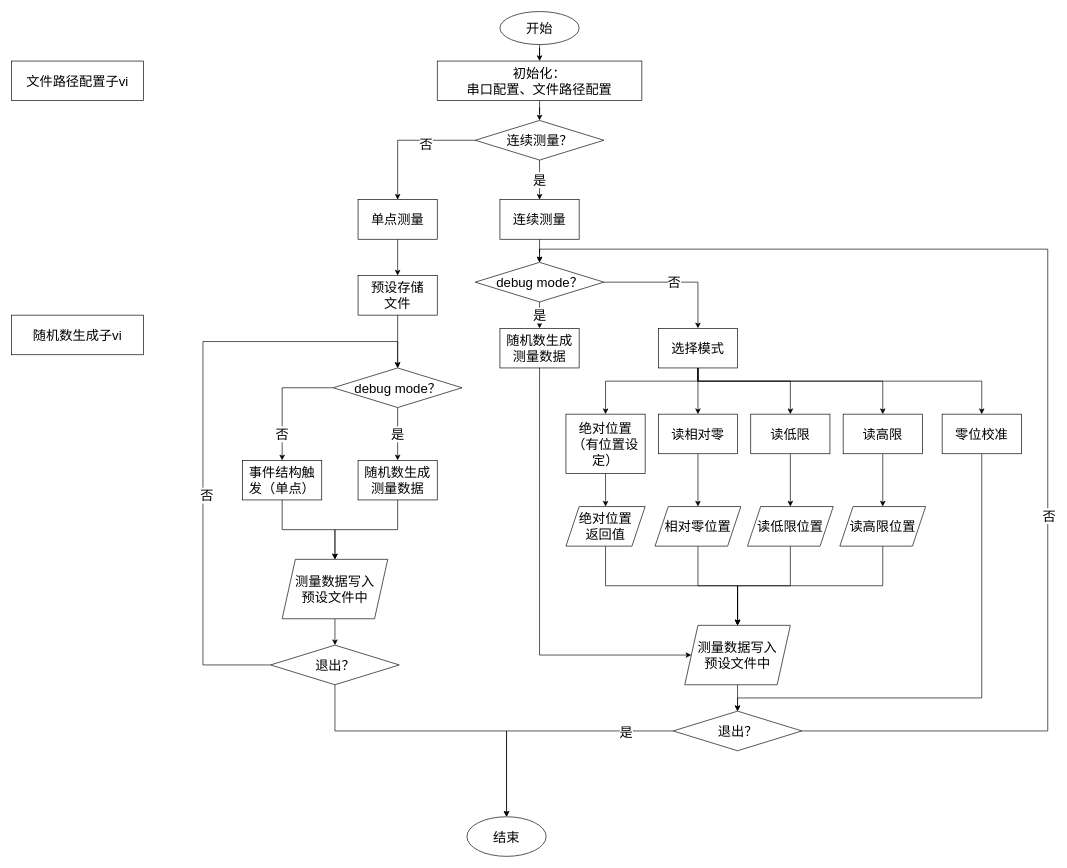
This is 压电马达位移控制程序流程图.drawio from onlymrwan/hello-world, a draw.io file, before an edit. Source tidied: cells renumbered, new cells numbered last; positions are measured from the earlier drawing's top-left corner, leaving out a move shared by most shapes. Both pictures are drawn from the tidied source at 66%, with x=0, y=0 at pixel (11, 11).
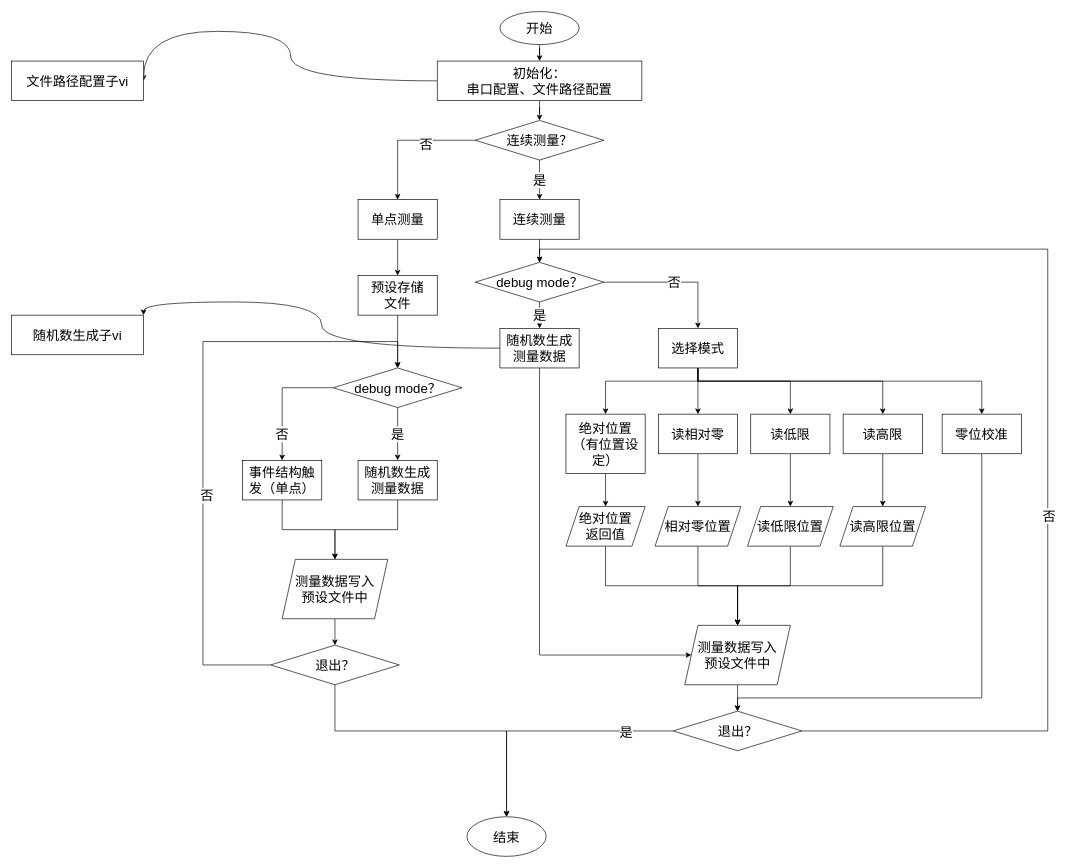
Above is the later version.

Commit message:
更新压电马达位移控制程序流程图.drawio

The change refers to these unchanged cells:
```xml
<mxCell id="9" value="初始化：&lt;br&gt;串口配置、文件路径配置" style="rounded=0;whiteSpace=wrap;html=1;fontSize=20;" parent="1" vertex="1">
  <mxGeometry x="645" y="75" width="310" height="60" as="geometry" />
</mxCell>
<mxCell id="31" value="随机数生成测量数据" style="whiteSpace=wrap;html=1;fontSize=20;rounded=0;" parent="1" vertex="1">
  <mxGeometry x="740" y="480" width="120" height="60" as="geometry" />
</mxCell>
<mxCell id="66" value="文件路径配置子vi" style="whiteSpace=wrap;html=1;rounded=0;fontSize=20;" parent="1" vertex="1">
  <mxGeometry y="75" width="200" height="60" as="geometry" />
</mxCell>
<mxCell id="67" value="随机数生成子vi" style="whiteSpace=wrap;html=1;rounded=0;fontSize=20;" parent="1" vertex="1">
  <mxGeometry y="460" width="200" height="60" as="geometry" />
</mxCell>
```

Change to the diagram source:
```diff
@@
+    <mxCell id="68" style="edgeStyle=orthogonalEdgeStyle;curved=1;rounded=0;jettySize=auto;html=1;entryX=1;entryY=0.5;entryDx=0;entryDy=0;fontSize=20;" parent="1" edge="1" source="9" target="66">
+      <mxGeometry relative="1" as="geometry">
+        <Array as="points">
+          <mxPoint x="423" y="105" />
+          <mxPoint x="423" y="30" />
+          <mxPoint x="200" y="30" />
+        </Array>
+      </mxGeometry>
+    </mxCell>
@@
+    <mxCell id="69" style="edgeStyle=orthogonalEdgeStyle;curved=1;rounded=0;jettySize=auto;html=1;entryX=1;entryY=0;entryDx=0;entryDy=0;fontSize=20;" parent="1" edge="1" source="31" target="67">
+      <mxGeometry relative="1" as="geometry" />
+    </mxCell>
```
